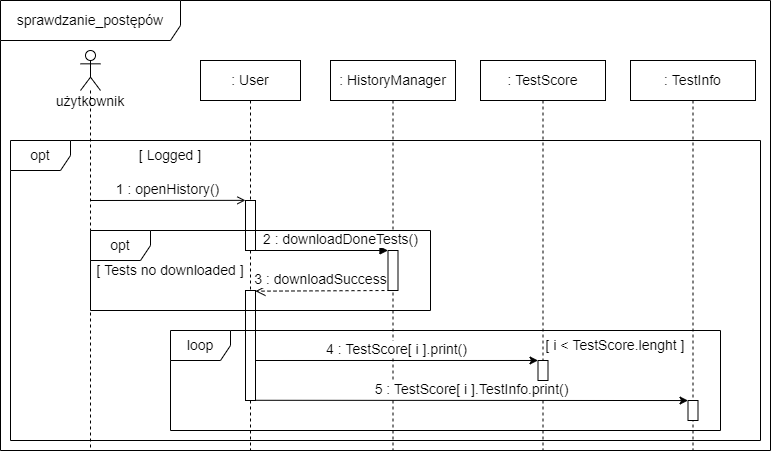
Earlier version of the draw.io export doc/Diagramy_UML/Diagram_Sekwencji_Sprawdzanie_Postepow.png (WOTxp/PZ21-22). Source tidied: cells renumbered, new cells last; positions are measured from the earlier drawing's top-left corner, leaving out a move shared by most shapes.
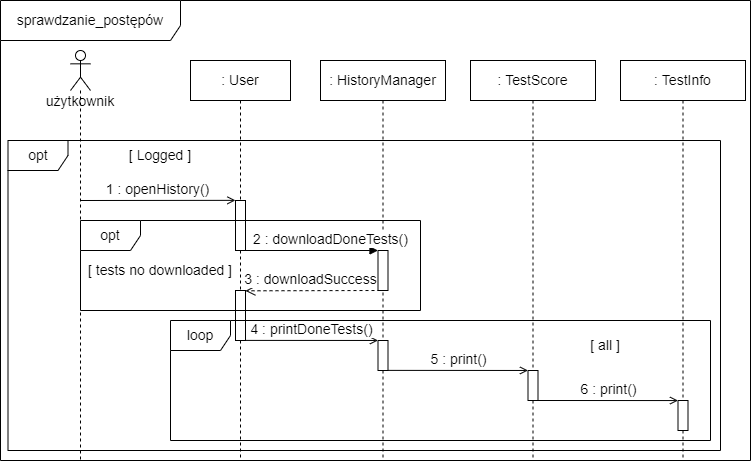
After the commit.

Commit message:
Diagramy sekwencji - poprawa.

What changed in the source:
```diff
@@ -3,22 +3,22 @@
     <mxCell id="0" />
     <mxCell id="1" parent="0" />
     <mxCell id="2" value="&lt;font style=&quot;font-size: 14px&quot;&gt;użytkownik&lt;/font&gt;" style="shape=umlLifeline;participant=umlActor;perimeter=lifelinePerimeter;whiteSpace=wrap;html=1;verticalAlign=top;spacingTop=36;" parent="1" vertex="1">
-      <mxGeometry x="80" y="50" width="20" height="400" as="geometry" />
+      <mxGeometry x="80" y="50" width="20" height="410" as="geometry" />
     </mxCell>
     <mxCell id="3" value=": User" style="shape=umlLifeline;perimeter=lifelinePerimeter;whiteSpace=wrap;html=1;fontSize=14;" parent="1" vertex="1">
-      <mxGeometry x="200" y="60" width="100" height="390" as="geometry" />
+      <mxGeometry x="200" y="60" width="100" height="400" as="geometry" />
     </mxCell>
     <mxCell id="4" style="html=1;points=[];perimeter=orthogonalPerimeter;fontSize=14;" parent="3" vertex="1">
-      <mxGeometry x="45" y="230" width="10" height="110" as="geometry" />
+      <mxGeometry x="45" y="230" width="10" height="50" as="geometry" />
     </mxCell>
     <mxCell id="5" value="opt" style="shape=umlFrame;whiteSpace=wrap;html=1;fontSize=14;" parent="1" vertex="1">
-      <mxGeometry x="10" y="140" width="750" height="300" as="geometry" />
+      <mxGeometry x="17.5" y="140" width="712.5" height="310" as="geometry" />
     </mxCell>
     <mxCell id="6" value="[ Logged ]" style="text;html=1;strokeColor=none;fillColor=none;align=center;verticalAlign=middle;whiteSpace=wrap;rounded=0;fontSize=14;" parent="1" vertex="1">
       <mxGeometry x="90" y="140" width="160" height="30" as="geometry" />
     </mxCell>
     <mxCell id="7" value=": HistoryManager" style="shape=umlLifeline;perimeter=lifelinePerimeter;whiteSpace=wrap;html=1;fontSize=14;" parent="1" vertex="1">
-      <mxGeometry x="330" y="60" width="125" height="390" as="geometry" />
+      <mxGeometry x="330" y="60" width="125" height="400" as="geometry" />
     </mxCell>
     <mxCell id="8" value="2 : downloadDoneTests()" style="html=1;verticalAlign=bottom;endArrow=block;rounded=0;fontSize=14;endFill=1;" parent="7" edge="1" target="9">
       <mxGeometry x="0.28" relative="1" as="geometry">
@@ -28,17 +28,20 @@
     <mxCell id="9" style="html=1;points=[];perimeter=orthogonalPerimeter;fontSize=14;" parent="7" vertex="1">
       <mxGeometry x="57.5" y="190" width="10" height="40" as="geometry" />
     </mxCell>
+    <mxCell id="24" style="html=1;points=[];perimeter=orthogonalPerimeter;" parent="7" vertex="1">
+      <mxGeometry x="57.5" y="280" width="10" height="30" as="geometry" />
+    </mxCell>
     <mxCell id="10" value=": TestScore" style="shape=umlLifeline;perimeter=lifelinePerimeter;whiteSpace=wrap;html=1;fontSize=14;" parent="1" vertex="1">
-      <mxGeometry x="480" y="60" width="125" height="390" as="geometry" />
+      <mxGeometry x="480" y="60" width="125" height="400" as="geometry" />
     </mxCell>
     <mxCell id="11" style="html=1;points=[];perimeter=orthogonalPerimeter;fontSize=14;" parent="10" vertex="1">
-      <mxGeometry x="57.5" y="300" width="10" height="20" as="geometry" />
+      <mxGeometry x="57.5" y="310" width="10" height="30" as="geometry" />
     </mxCell>
     <mxCell id="12" value=": TestInfo" style="shape=umlLifeline;perimeter=lifelinePerimeter;whiteSpace=wrap;html=1;fontSize=14;" parent="1" vertex="1">
-      <mxGeometry x="630" y="60" width="125" height="390" as="geometry" />
+      <mxGeometry x="630" y="60" width="125" height="400" as="geometry" />
     </mxCell>
     <mxCell id="13" style="html=1;points=[];perimeter=orthogonalPerimeter;fontSize=14;" parent="12" vertex="1">
-      <mxGeometry x="57.5" y="340" width="10" height="20" as="geometry" />
+      <mxGeometry x="57.5" y="340" width="10" height="30" as="geometry" />
     </mxCell>
     <mxCell id="14" value="1 : openHistory()" style="html=1;verticalAlign=bottom;endArrow=open;rounded=0;fontSize=14;endFill=0;entryX=-0.006;entryY=-0.003;entryDx=0;entryDy=0;entryPerimeter=0;" parent="1" edge="1" target="15">
       <mxGeometry relative="1" as="geometry">
@@ -53,28 +56,29 @@
         <mxPoint x="390" y="290" as="sourcePoint" />
       </mxGeometry>
     </mxCell>
-    <mxCell id="17" value="4 : TestScore[ i ].print()" style="html=1;verticalAlign=bottom;endArrow=classic;rounded=0;fontSize=14;endFill=1;entryX=-0.001;entryY=-0.001;entryDx=0;entryDy=0;entryPerimeter=0;" parent="1" edge="1" target="11">
-      <mxGeometry relative="1" as="geometry">
-        <mxPoint x="255" y="360" as="sourcePoint" />
-      </mxGeometry>
+    <mxCell id="17" value="5 : print()" style="html=1;verticalAlign=bottom;endArrow=open;rounded=0;fontSize=14;endFill=0;entryX=-0.001;entryY=-0.001;entryDx=0;entryDy=0;entryPerimeter=0;exitX=0.994;exitY=0.996;exitDx=0;exitDy=0;exitPerimeter=0;" parent="1" edge="1" source="24" target="11">
+      <mxGeometry relative="1" as="geometry" />
     </mxCell>
-    <mxCell id="18" value="5 : TestScore[ i ].TestInfo.print()" style="html=1;verticalAlign=bottom;endArrow=classic;rounded=0;fontSize=14;endFill=1;entryX=0.001;entryY=0.002;entryDx=0;entryDy=0;entryPerimeter=0;exitX=0.995;exitY=0.998;exitDx=0;exitDy=0;exitPerimeter=0;" parent="1" edge="1" source="4" target="13">
+    <mxCell id="18" value="6 : print()" style="html=1;verticalAlign=bottom;endArrow=open;rounded=0;fontSize=14;endFill=0;entryX=0.001;entryY=0.002;entryDx=0;entryDy=0;entryPerimeter=0;exitX=0.994;exitY=1;exitDx=0;exitDy=0;exitPerimeter=0;" parent="1" edge="1" source="11" target="13">
       <mxGeometry relative="1" as="geometry" />
     </mxCell>
     <mxCell id="19" value="loop" style="shape=umlFrame;whiteSpace=wrap;html=1;fontSize=14;" parent="1" vertex="1">
-      <mxGeometry x="170" y="330" width="550" height="100" as="geometry" />
+      <mxGeometry x="180" y="320" width="540" height="120" as="geometry" />
     </mxCell>
-    <mxCell id="20" value="[ i &amp;lt; TestScore.lenght ]" style="text;html=1;strokeColor=none;fillColor=none;align=center;verticalAlign=middle;whiteSpace=wrap;rounded=0;fontSize=14;" parent="1" vertex="1">
+    <mxCell id="20" value="[ all ]" style="text;html=1;strokeColor=none;fillColor=none;align=center;verticalAlign=middle;whiteSpace=wrap;rounded=0;fontSize=14;" parent="1" vertex="1">
       <mxGeometry x="540" y="330" width="150" height="30" as="geometry" />
     </mxCell>
     <mxCell id="21" value="sprawdzanie_postępów" style="shape=umlFrame;whiteSpace=wrap;html=1;fontSize=14;width=180;height=40;" parent="1" vertex="1">
-      <mxGeometry width="770" height="450" as="geometry" />
+      <mxGeometry x="10" width="750" height="460" as="geometry" />
     </mxCell>
     <mxCell id="22" value="opt" style="shape=umlFrame;whiteSpace=wrap;html=1;fontSize=14;" parent="1" vertex="1">
-      <mxGeometry x="90" y="230" width="340" height="80" as="geometry" />
+      <mxGeometry x="90" y="220" width="340" height="90" as="geometry" />
     </mxCell>
-    <mxCell id="23" value="[ Tests no downloaded ]" style="text;html=1;strokeColor=none;fillColor=none;align=center;verticalAlign=middle;whiteSpace=wrap;rounded=0;fontSize=14;" parent="1" vertex="1">
+    <mxCell id="23" value="[ tests no downloaded ]" style="text;html=1;strokeColor=none;fillColor=none;align=center;verticalAlign=middle;whiteSpace=wrap;rounded=0;fontSize=14;" parent="1" vertex="1">
       <mxGeometry x="90" y="255" width="160" height="30" as="geometry" />
     </mxCell>
+    <mxCell id="25" value="&lt;font style=&quot;font-size: 14px&quot;&gt;4 : printDoneTests()&lt;/font&gt;" style="html=1;verticalAlign=bottom;endArrow=open;rounded=0;endFill=0;entryX=-0.001;entryY=-0.001;entryDx=0;entryDy=0;entryPerimeter=0;exitX=1.002;exitY=0.998;exitDx=0;exitDy=0;exitPerimeter=0;" parent="1" edge="1" source="4" target="24">
+      <mxGeometry relative="1" as="geometry" />
+    </mxCell>
   </root>
 </mxGraphModel>
```
